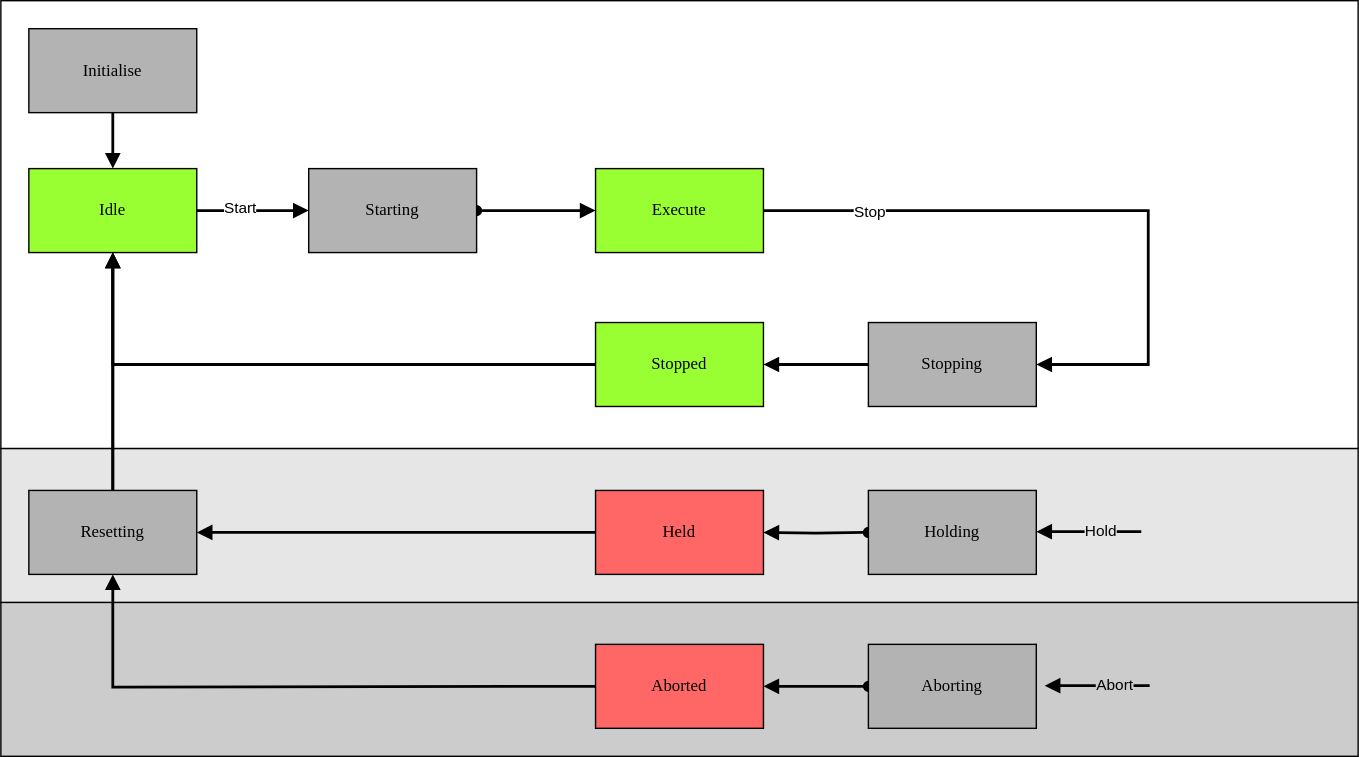
Earlier version of the draw.io export docs/StateMachine.drawio.svg (PeterZerlauth/Tc3_Component). Source tidied: cells renumbered, new cells last; positions are measured from the earlier drawing's top-left corner, leaving out a move shared by most shapes.
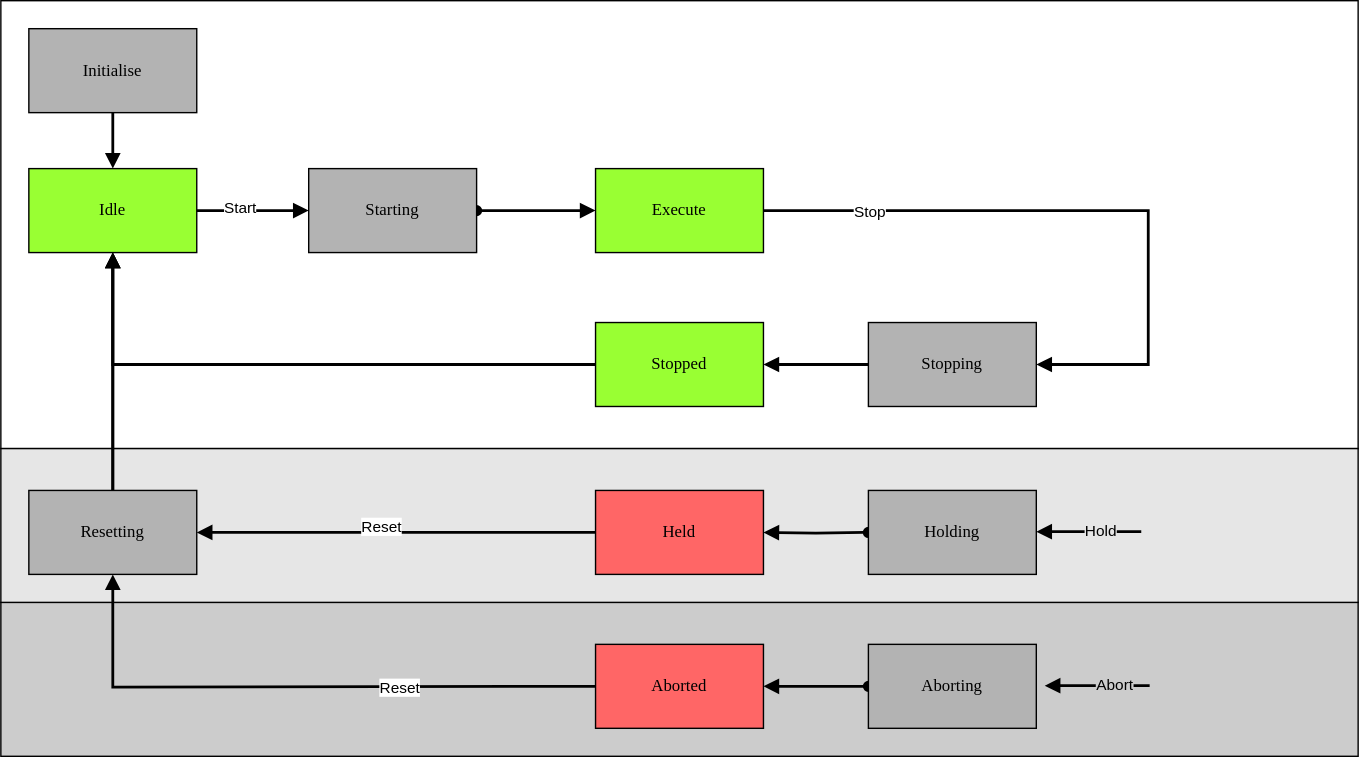
After the change.

Diff of the diagram source:
```diff
@@ -107,6 +107,9 @@
         <mxPoint x="425" y="490" as="sourcePoint" />
       </mxGeometry>
     </mxCell>
+    <mxCell id="34" value="Reset" style="edgeLabel;html=1;align=center;verticalAlign=middle;" parent="29" vertex="1">
+      <mxGeometry x="-0.34" relative="1" as="geometry" />
+    </mxCell>
     <mxCell id="30" value="Initialise" style="rounded=0;whiteSpace=wrap;html=1;arcSize=24;fillColor=#B3B3B3;strokeColor=#000000;shadow=0;comic=0;labelBackgroundColor=none;fontFamily=Verdana;fontSize=12;fontColor=#000000;align=center;" parent="1" vertex="1">
       <mxGeometry x="20" y="20" width="120" height="60" as="geometry" />
     </mxCell>
@@ -121,6 +124,9 @@
         </Array>
       </mxGeometry>
     </mxCell>
+    <mxCell id="35" value="Reset" style="edgeLabel;html=1;align=center;verticalAlign=middle;" parent="32" vertex="1">
+      <mxGeometry x="0.08" y="-5" relative="1" as="geometry" />
+    </mxCell>
     <mxCell id="33" value="Resetting" style="rounded=0;whiteSpace=wrap;html=1;arcSize=24;fillColor=#B3B3B3;strokeColor=#000000;shadow=0;comic=0;labelBackgroundColor=none;fontFamily=Verdana;fontSize=12;fontColor=#000000;align=center;" parent="1" vertex="1">
       <mxGeometry x="20" y="350" width="120" height="60" as="geometry" />
     </mxCell>
```
